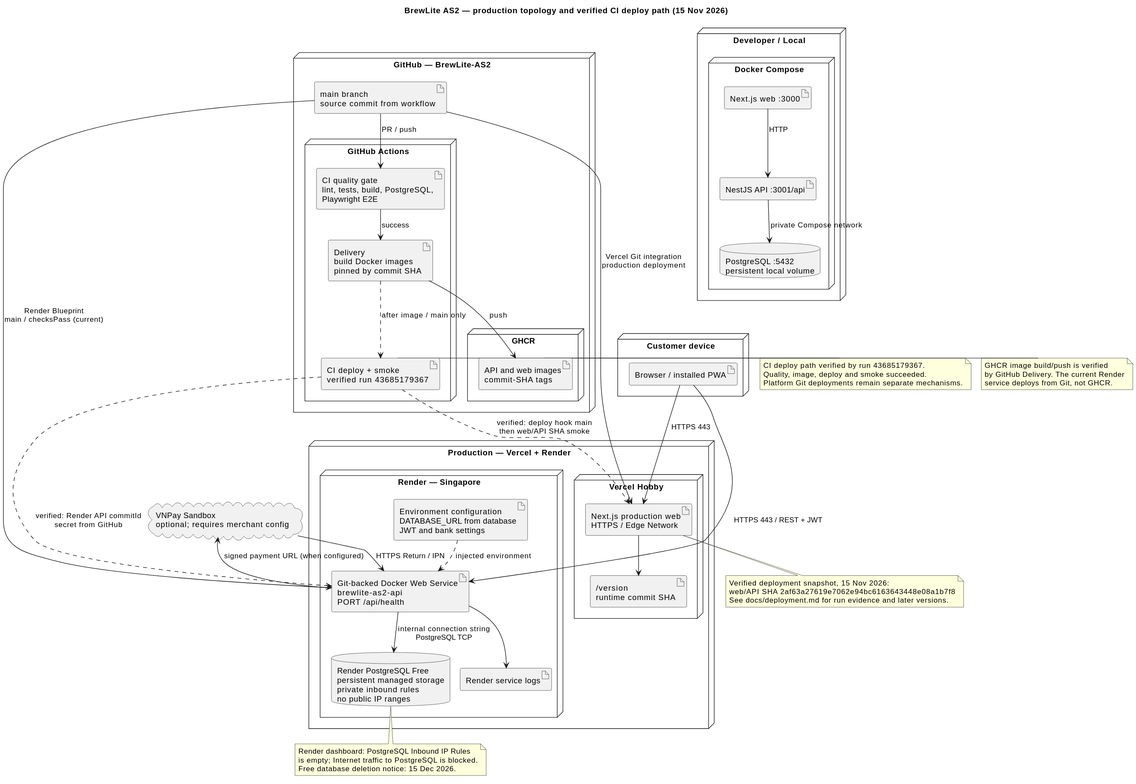
Before: docs/diagrams/deployment.svg, a diagram exported from PlantUML (https-monstiez/BrewLite-AS2).
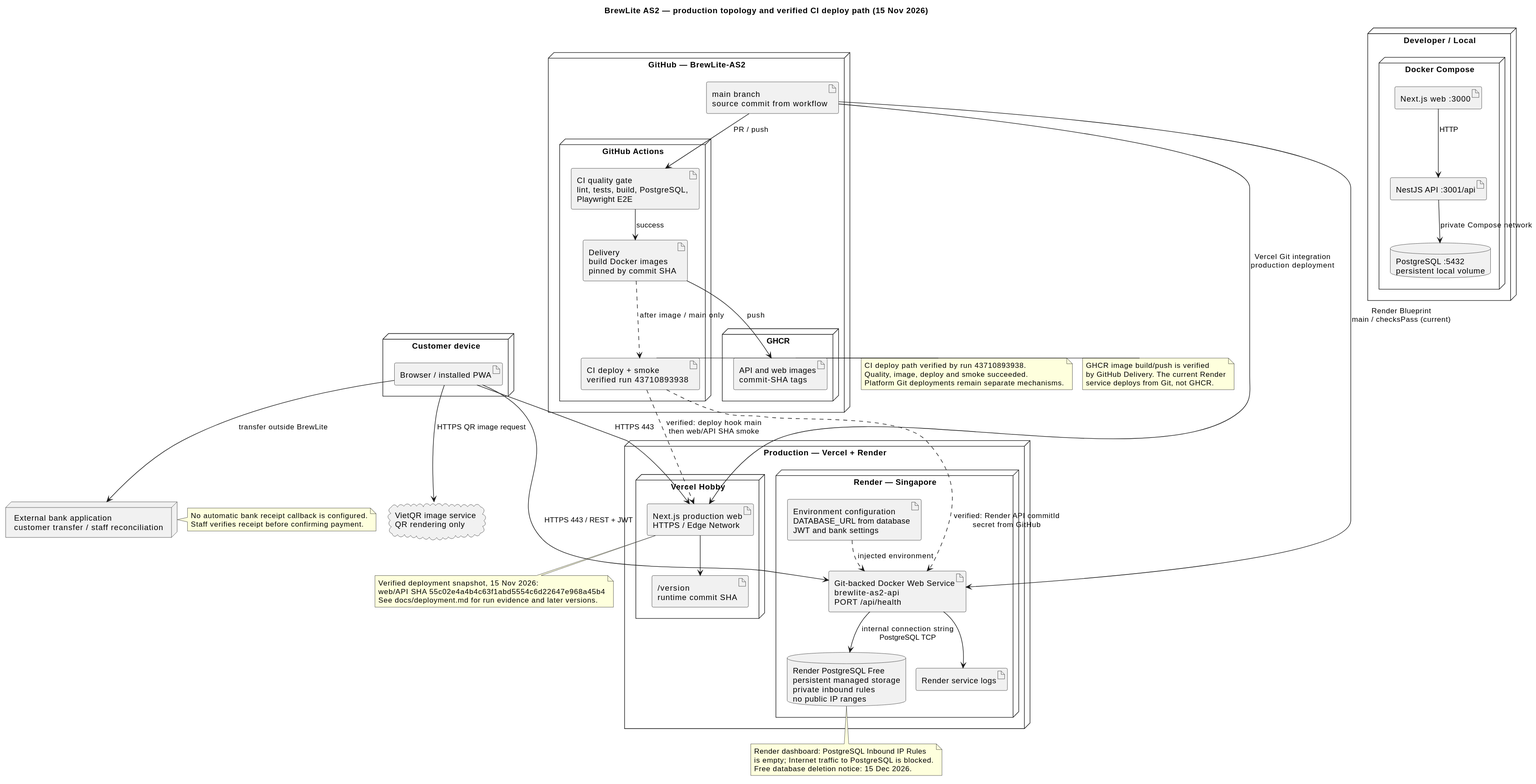
The same file after the commit.

The edit, as a diff of the source:
```diff
@@ -19,7 +19,7 @@
   node "GitHub Actions" {
     artifact "CI quality gate\nlint, tests, build, PostgreSQL,\nPlaywright E2E" as ci
     artifact "Delivery\nbuild Docker images\npinned by commit SHA" as delivery
-    artifact "CI deploy + smoke\nverified run 43685179367" as cideploy
+    artifact "CI deploy + smoke\nverified run 43710893938" as cideploy
   }
   node "GHCR" {
     artifact "API and web images\ncommit-SHA tags" as images
@@ -55,14 +55,19 @@
   artifact "Browser / installed PWA" as client
 }
 
-cloud "VNPay Sandbox\noptional; requires merchant config" as vnp
+cloud "VietQR image service\nQR rendering only" as qr
+node "External bank application\ncustomer transfer / staff reconciliation" as bankapp
 client --> web : HTTPS 443
 client --> api : HTTPS 443 / REST + JWT
-api --> vnp : signed payment URL (when configured)
-vnp --> api : HTTPS Return / IPN
+client --> qr : HTTPS QR image request
+client --> bankapp : transfer outside BrewLite
+note right of bankapp
+No automatic bank receipt callback is configured.
+Staff verifies receipt before confirming payment.
+end note
 
 note right of cideploy
-CI deploy path verified by run 43685179367.
+CI deploy path verified by run 43710893938.
 Quality, image, deploy and smoke succeeded.
 Platform Git deployments remain separate mechanisms.
 end note
@@ -78,7 +83,7 @@
 end note
 note bottom of web
 Verified deployment snapshot, 15 Nov 2026:
-web/API SHA 2af63a27619e7062e94bc6163643448e08a1b7f8
+web/API SHA 55c02e4a4b4c63f1abd5554c6d22647e968a45b4
 See docs/deployment.md for run evidence and later versions.
 end note
 @enduml
```
